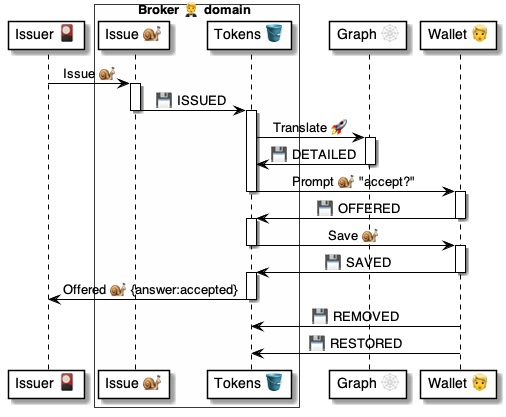
The PlantUML diagram 4 ⚙️ Solution/20 🧑‍🦰 UI/Brokers 🤵/🤵🪣 Broker tables/Tokens 🎫 table/🪣 Tokens/🤵 Broker.Tokens ⚙️ uml.png in pollyweb-org/pollyweb-docs, before a commit. Its source is kept beside it as 4 ⚙️ Solution/20 🧑‍🦰 UI/Brokers 🤵/🤵🪣 Broker tables/Tokens 🎫 table/🪣 Tokens/🤵 Broker.Tokens ⚙️ uml.puml. Its diagram source:
```plantuml
@startuml Broker.Tokens

participant "Issuer 🎴" as issuer
box Broker 🤵 domain #FFFFFA
    participant "Issue 🐌" as issue
    participant "Tokens 🪣" as tokens
end box
participant "Graph 🕸" as graph
participant "Wallet 👱" as wallet

issuer -> issue: Issue 🐌

activate issue
    issue -> tokens: 💾 ISSUED
deactivate issue

activate tokens
    tokens -> graph: Translate 🚀
    activate graph
        graph -> tokens: 💾 DETAILED
    deactivate graph
    tokens -> wallet: Prompt 🐌 "accept?"
deactivate tokens

activate wallet
    wallet -> tokens: 💾 OFFERED
deactivate wallet

activate tokens
    tokens -> wallet: Save 🐌
deactivate tokens

activate wallet
    wallet -> tokens: 💾 SAVED
deactivate wallet

activate tokens
    tokens -> issuer: Offered 🐌 {answer:accepted}
deactivate tokens

wallet -> tokens: 💾 REMOVED
wallet -> tokens: 💾 RESTORED

@enduml
```
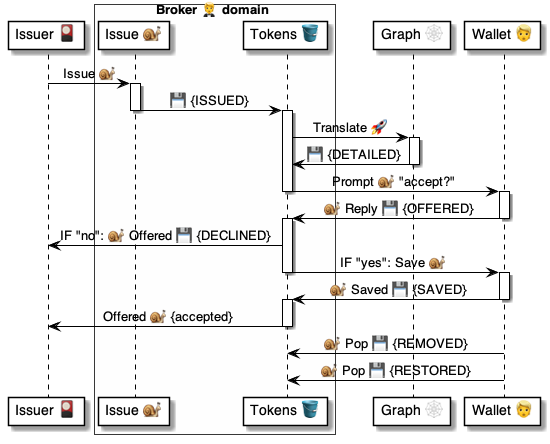
Above is the later version.

What changed in the source:
```diff
@@ -11,34 +11,35 @@
 issuer -> issue: Issue 🐌
 
 activate issue
-    issue -> tokens: 💾 ISSUED
+    issue -> tokens: 💾 {ISSUED}
 deactivate issue
 
 activate tokens
     tokens -> graph: Translate 🚀
     activate graph
-        graph -> tokens: 💾 DETAILED
+        graph -> tokens: 💾 {DETAILED}
     deactivate graph
     tokens -> wallet: Prompt 🐌 "accept?"
 deactivate tokens
 
 activate wallet
-    wallet -> tokens: 💾 OFFERED
+    wallet -> tokens: 🐌 Reply 💾 {OFFERED}
 deactivate wallet
 
 activate tokens
-    tokens -> wallet: Save 🐌
+    tokens -> issuer: IF "no": 🐌 Offered 💾 {DECLINED}
+    tokens -> wallet: IF "yes": Save 🐌
 deactivate tokens
 
 activate wallet
-    wallet -> tokens: 💾 SAVED
+    wallet -> tokens: 🐌 Saved 💾 {SAVED}
 deactivate wallet
 
 activate tokens
-    tokens -> issuer: Offered 🐌 {answer:accepted}
+    tokens -> issuer: Offered 🐌 {accepted}
 deactivate tokens
 
-wallet -> tokens: 💾 REMOVED
-wallet -> tokens: 💾 RESTORED
+wallet -> tokens: 🐌 Pop 💾 {REMOVED}
+wallet -> tokens: 🐌 Pop 💾 {RESTORED}
 
 @enduml
```
